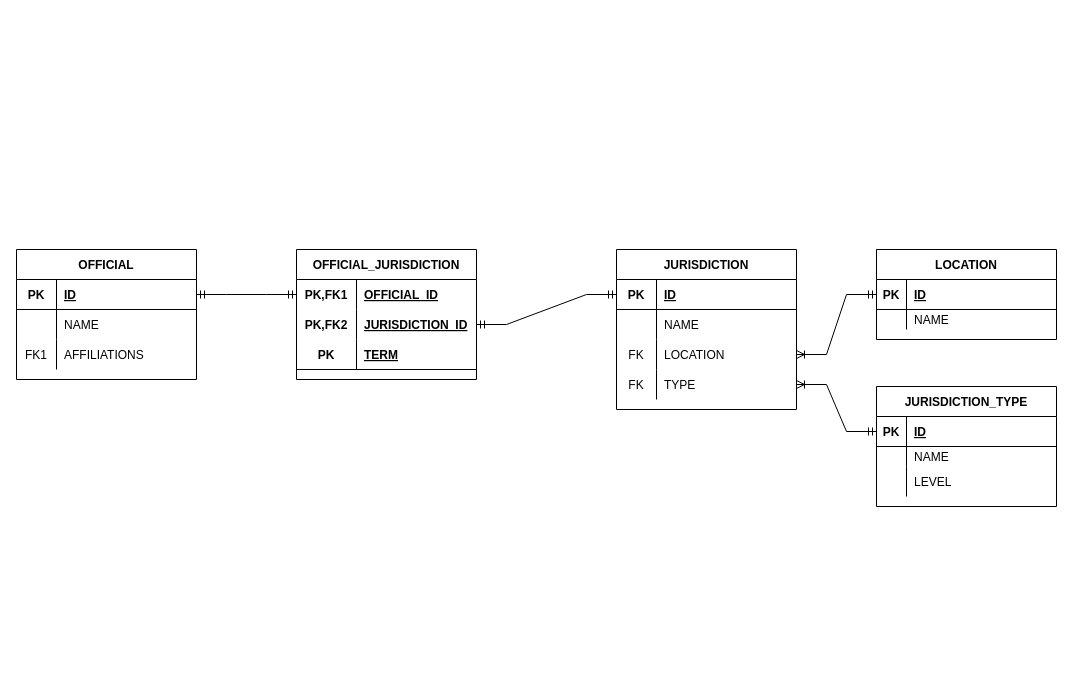
Above: doc/datamodel.drawio in leiter-jakab/representme (draw.io), before the change. Source tidied: cells renumbered, new cells numbered last; positions are measured from the earlier drawing's top-left corner, leaving out a move shared by most shapes. Both pictures are drawn from the tidied source at 100%, with x=0, y=0 at pixel (16, 249).
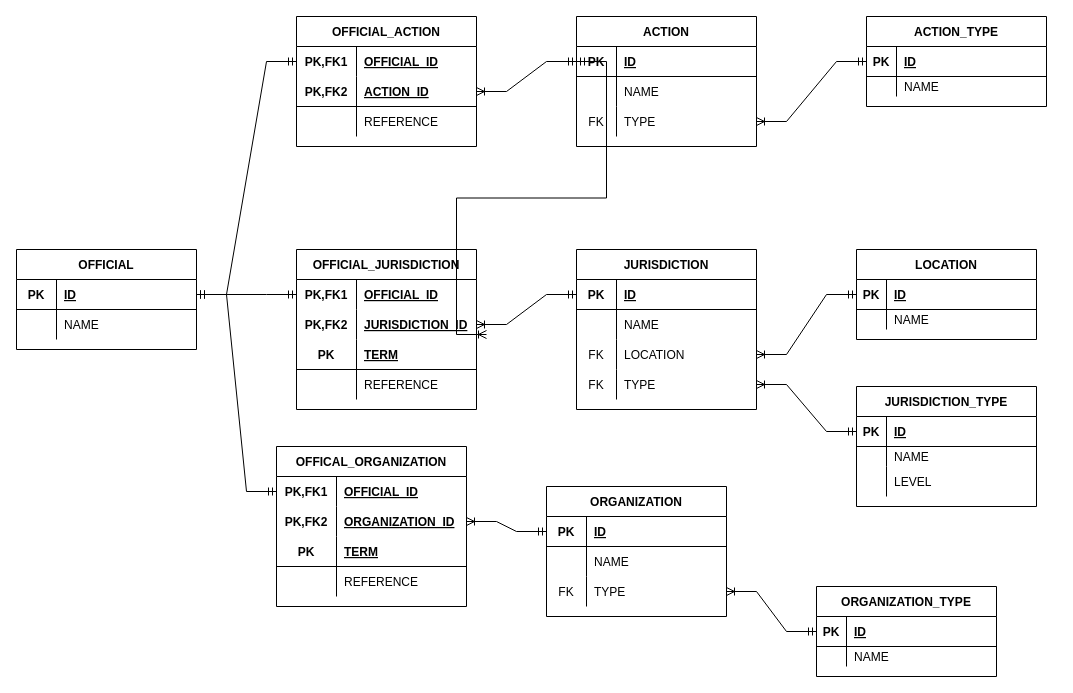
After the change.

Unchanged cells that the change refers to:
```xml
<mxCell id="3" style="shape=tableRow;horizontal=0;startSize=0;swimlaneHead=0;swimlaneBody=0;fillColor=none;points=[[0,0.5],[1,0.5]];portConstraint=eastwest;top=0;left=0;right=0;bottom=1;" parent="2" vertex="1">
  <mxGeometry y="30" width="180" height="30" as="geometry" />
</mxCell>
<mxCell id="13" style="shape=tableRow;horizontal=0;startSize=0;swimlaneHead=0;swimlaneBody=0;fillColor=none;points=[[0,0.5],[1,0.5]];portConstraint=eastwest;top=0;left=0;right=0;bottom=1;" parent="12" vertex="1">
  <mxGeometry y="30" width="180" height="30" as="geometry" />
</mxCell>
<mxCell id="39" style="shape=tableRow;horizontal=0;startSize=0;swimlaneHead=0;swimlaneBody=0;fillColor=none;points=[[0,0.5],[1,0.5]];portConstraint=eastwest;top=0;left=0;right=0;bottom=0;" parent="35" vertex="1">
  <mxGeometry y="60" width="180" height="30" as="geometry" />
</mxCell>
```

What changed in the source:
```diff
@@
     <mxCell id="2" value="OFFICIAL" style="shape=table;startSize=30;childLayout=tableLayout;rowLines=0;fontStyle=1;align=center;" parent="1" vertex="1">
-      <mxGeometry width="180" height="130" as="geometry" />
+      <mxGeometry width="180" height="100" as="geometry" />
     </mxCell>
@@
-    <mxCell id="9" style="shape=tableRow;horizontal=0;startSize=0;swimlaneHead=0;swimlaneBody=0;fillColor=none;top=0;left=0;right=0;bottom=0;" parent="2" vertex="1">
-      <mxGeometry y="90" width="180" height="30" as="geometry" />
-    </mxCell>
-    <mxCell id="10" value="FK1" style="shape=partialRectangle;fillColor=none;top=0;left=0;bottom=0;right=0;overflow=hidden;" parent="9" vertex="1">
-      <mxGeometry width="40" height="30" as="geometry" />
-    </mxCell>
-    <mxCell id="11" value="AFFILIATIONS" style="shape=partialRectangle;fillColor=none;top=0;left=0;bottom=0;right=0;align=left;spacingLeft=6;overflow=hidden;" parent="9" vertex="1">
-      <mxGeometry x="40" width="140" height="30" as="geometry" />
-    </mxCell>
     <mxCell id="12" value="JURISDICTION" style="shape=table;startSize=30;childLayout=tableLayout;rowLines=0;fontStyle=1;align=center;" parent="1" vertex="1">
-      <mxGeometry x="600" width="180" height="160" as="geometry" />
+      <mxGeometry x="560" width="180" height="160" as="geometry" />
     </mxCell>
@@
     <mxCell id="25" value="JURISDICTION_TYPE" style="shape=table;startSize=30;childLayout=tableLayout;rowLines=0;fontStyle=1;align=center;" parent="1" vertex="1">
-      <mxGeometry x="860" y="137" width="180" height="120" as="geometry" />
+      <mxGeometry x="840" y="137" width="180" height="120" as="geometry" />
     </mxCell>
@@
-    <mxCell id="35" value="OFFICIAL_JURISDICTION" style="shape=table;startSize=30;childLayout=tableLayout;rowLines=0;fontStyle=1;align=center;" parent="1" vertex="1">
-      <mxGeometry x="280" width="180" height="130" as="geometry" />
+    <mxCell id="35" value="OFFICIAL_JURISDICTION" style="shape=table;startSize=30;childLayout=tableLayout;rowLines=0;fontStyle=1;align=center;swimlaneLine=1;" parent="1" vertex="1">
+      <mxGeometry x="280" width="180" height="160" as="geometry" />
     </mxCell>
@@
+    <mxCell id="56" style="shape=tableRow;horizontal=0;startSize=0;swimlaneHead=0;swimlaneBody=0;fillColor=none;top=0;left=0;right=0;bottom=1;swimlaneLine=1;strokeColor=none;" parent="35" vertex="1">
+      <mxGeometry y="120" width="180" height="30" as="geometry" />
+    </mxCell>
+    <mxCell id="57" style="shape=partialRectangle;fillColor=none;top=0;left=0;bottom=0;right=0;fontStyle=1;overflow=hidden;" parent="56" vertex="1">
+      <mxGeometry width="60" height="30" as="geometry" />
+    </mxCell>
+    <mxCell id="58" value="REFERENCE" style="shape=partialRectangle;fillColor=none;top=0;left=0;bottom=0;right=0;align=left;spacingLeft=6;fontStyle=0;overflow=hidden;strokeColor=default;" parent="56" vertex="1">
+      <mxGeometry x="60" width="120" height="30" as="geometry" />
+    </mxCell>
@@
-    <mxCell id="46" style="edgeStyle=entityRelationEdgeStyle;fontSize=12;html=1;endArrow=ERmandOne;startArrow=ERmandOne;rounded=0;entryX=0;entryY=0.5;entryDx=0;entryDy=0;exitX=1;exitY=0.5;exitDx=0;exitDy=0;" parent="1" edge="1" source="39" target="13">
-      <mxGeometry relative="1" as="geometry" />
-    </mxCell>
     <mxCell id="47" value="LOCATION" style="shape=table;startSize=30;childLayout=tableLayout;rowLines=0;fontStyle=1;align=center;" parent="1" vertex="1">
-      <mxGeometry x="860" width="180" height="90" as="geometry" />
+      <mxGeometry x="840" width="180" height="90" as="geometry" />
     </mxCell>
@@
+    <mxCell id="59" value="OFFICAL_ORGANIZATION" style="shape=table;startSize=30;childLayout=tableLayout;rowLines=0;fontStyle=1;align=center;" parent="1" vertex="1">
+      <mxGeometry x="260" y="197" width="190" height="160" as="geometry" />
+    </mxCell>
+    <mxCell id="60" style="shape=tableRow;horizontal=0;startSize=0;swimlaneHead=0;swimlaneBody=0;fillColor=none;points=[[0,0.5],[1,0.5]];portConstraint=eastwest;top=0;left=0;right=0;bottom=0;" parent="59" vertex="1">
+      <mxGeometry y="30" width="190" height="30" as="geometry" />
+    </mxCell>
+    <mxCell id="61" value="PK,FK1" style="shape=partialRectangle;fillColor=none;top=0;left=0;bottom=0;right=0;fontStyle=1;overflow=hidden;" parent="60" vertex="1">
+      <mxGeometry width="60" height="30" as="geometry" />
+    </mxCell>
+    <mxCell id="62" value="OFFICIAL_ID" style="shape=partialRectangle;fillColor=none;top=0;left=0;bottom=0;right=0;align=left;spacingLeft=6;fontStyle=5;overflow=hidden;" parent="60" vertex="1">
+      <mxGeometry x="60" width="130" height="30" as="geometry" />
+    </mxCell>
+    <mxCell id="63" style="shape=tableRow;horizontal=0;startSize=0;swimlaneHead=0;swimlaneBody=0;fillColor=none;points=[[0,0.5],[1,0.5]];portConstraint=eastwest;top=0;left=0;right=0;bottom=0;" parent="59" vertex="1">
+      <mxGeometry y="60" width="190" height="30" as="geometry" />
+    </mxCell>
+    <mxCell id="64" value="PK,FK2" style="shape=partialRectangle;fillColor=none;top=0;left=0;bottom=0;right=0;fontStyle=1;overflow=hidden;" parent="63" vertex="1">
+      <mxGeometry width="60" height="30" as="geometry" />
+    </mxCell>
+    <mxCell id="65" value="ORGANIZATION_ID" style="shape=partialRectangle;fillColor=none;top=0;left=0;bottom=0;right=0;align=left;spacingLeft=6;fontStyle=5;overflow=hidden;" parent="63" vertex="1">
+      <mxGeometry x="60" width="130" height="30" as="geometry" />
+    </mxCell>
+    <mxCell id="66" style="shape=tableRow;horizontal=0;startSize=0;swimlaneHead=0;swimlaneBody=0;fillColor=none;top=0;left=0;right=0;bottom=1;" parent="59" vertex="1">
+      <mxGeometry y="90" width="190" height="30" as="geometry" />
+    </mxCell>
+    <mxCell id="67" value="PK" style="shape=partialRectangle;fillColor=none;top=0;left=0;bottom=0;right=0;fontStyle=1;overflow=hidden;" parent="66" vertex="1">
+      <mxGeometry width="60" height="30" as="geometry" />
+    </mxCell>
+    <mxCell id="68" value="TERM" style="shape=partialRectangle;fillColor=none;top=0;left=0;bottom=0;right=0;align=left;spacingLeft=6;fontStyle=5;overflow=hidden;" parent="66" vertex="1">
+      <mxGeometry x="60" width="130" height="30" as="geometry" />
+    </mxCell>
+    <mxCell id="69" style="shape=tableRow;horizontal=0;startSize=0;swimlaneHead=0;swimlaneBody=0;fillColor=none;top=0;left=0;right=0;bottom=1;strokeColor=none;" parent="59" vertex="1">
+      <mxGeometry y="120" width="190" height="30" as="geometry" />
+    </mxCell>
+    <mxCell id="70" style="shape=partialRectangle;fillColor=none;top=0;left=0;bottom=0;right=0;fontStyle=1;overflow=hidden;" parent="69" vertex="1">
+      <mxGeometry width="60" height="30" as="geometry" />
+    </mxCell>
+    <mxCell id="71" value="REFERENCE" style="shape=partialRectangle;fillColor=none;top=0;left=0;bottom=0;right=0;align=left;spacingLeft=6;fontStyle=0;overflow=hidden;" parent="69" vertex="1">
+      <mxGeometry x="60" width="130" height="30" as="geometry" />
+    </mxCell>
+    <mxCell id="72" value="ORGANIZATION" style="shape=table;startSize=30;childLayout=tableLayout;rowLines=0;fontStyle=1;align=center;" parent="1" vertex="1">
+      <mxGeometry x="530" y="237" width="180" height="130" as="geometry" />
+    </mxCell>
+    <mxCell id="73" style="shape=tableRow;horizontal=0;startSize=0;swimlaneHead=0;swimlaneBody=0;fillColor=none;points=[[0,0.5],[1,0.5]];portConstraint=eastwest;top=0;left=0;right=0;bottom=1;" parent="72" vertex="1">
+      <mxGeometry y="30" width="180" height="30" as="geometry" />
+    </mxCell>
+    <mxCell id="74" value="PK" style="shape=partialRectangle;fillColor=none;top=0;left=0;bottom=0;right=0;fontStyle=1;overflow=hidden;" parent="73" vertex="1">
+      <mxGeometry width="40" height="30" as="geometry" />
+    </mxCell>
+    <mxCell id="75" value="ID" style="shape=partialRectangle;fillColor=none;top=0;left=0;bottom=0;right=0;align=left;spacingLeft=6;fontStyle=5;overflow=hidden;" parent="73" vertex="1">
+      <mxGeometry x="40" width="140" height="30" as="geometry" />
+    </mxCell>
+    <mxCell id="76" style="shape=tableRow;horizontal=0;startSize=0;swimlaneHead=0;swimlaneBody=0;fillColor=none;top=0;left=0;right=0;bottom=0;" parent="72" vertex="1">
+      <mxGeometry y="60" width="180" height="30" as="geometry" />
+    </mxCell>
+    <mxCell id="77" style="shape=partialRectangle;fillColor=none;top=0;left=0;bottom=0;right=0;overflow=hidden;" parent="76" vertex="1">
+      <mxGeometry width="40" height="30" as="geometry" />
+    </mxCell>
+    <mxCell id="78" value="NAME" style="shape=partialRectangle;fillColor=none;top=0;left=0;bottom=0;right=0;align=left;spacingLeft=6;overflow=hidden;" parent="76" vertex="1">
+      <mxGeometry x="40" width="140" height="30" as="geometry" />
+    </mxCell>
+    <mxCell id="79" style="shape=tableRow;horizontal=0;startSize=0;swimlaneHead=0;swimlaneBody=0;fillColor=none;points=[[0,0.5],[1,0.5]];portConstraint=eastwest;top=0;left=0;right=0;bottom=0;" parent="72" vertex="1">
+      <mxGeometry y="90" width="180" height="30" as="geometry" />
+    </mxCell>
+    <mxCell id="80" value="FK" style="shape=partialRectangle;fillColor=none;top=0;left=0;bottom=0;right=0;overflow=hidden;" parent="79" vertex="1">
+      <mxGeometry width="40" height="30" as="geometry" />
+    </mxCell>
+    <mxCell id="81" value="TYPE" style="shape=partialRectangle;fillColor=none;top=0;left=0;bottom=0;right=0;align=left;spacingLeft=6;overflow=hidden;" parent="79" vertex="1">
+      <mxGeometry x="40" width="140" height="30" as="geometry" />
+    </mxCell>
+    <mxCell id="82" value="ORGANIZATION_TYPE" style="shape=table;startSize=30;childLayout=tableLayout;rowLines=0;fontStyle=1;align=center;" parent="1" vertex="1">
+      <mxGeometry x="800" y="337" width="180" height="90" as="geometry" />
+    </mxCell>
+    <mxCell id="83" style="shape=tableRow;horizontal=0;startSize=0;swimlaneHead=0;swimlaneBody=0;fillColor=none;points=[[0,0.5],[1,0.5]];portConstraint=eastwest;top=0;left=0;right=0;bottom=1;" parent="82" vertex="1">
+      <mxGeometry y="30" width="180" height="30" as="geometry" />
+    </mxCell>
+    <mxCell id="84" value="PK" style="shape=partialRectangle;fillColor=none;top=0;left=0;bottom=0;right=0;fontStyle=1;overflow=hidden;" parent="83" vertex="1">
+      <mxGeometry width="30" height="30" as="geometry" />
+    </mxCell>
+    <mxCell id="85" value="ID" style="shape=partialRectangle;fillColor=none;top=0;left=0;bottom=0;right=0;align=left;spacingLeft=6;fontStyle=5;overflow=hidden;" parent="83" vertex="1">
+      <mxGeometry x="30" width="150" height="30" as="geometry" />
+    </mxCell>
+    <mxCell id="86" style="shape=tableRow;horizontal=0;startSize=0;swimlaneHead=0;swimlaneBody=0;fillColor=none;top=0;left=0;right=0;bottom=0;" parent="82" vertex="1">
+      <mxGeometry y="60" width="180" height="20" as="geometry" />
+    </mxCell>
+    <mxCell id="87" style="shape=partialRectangle;fillColor=none;top=0;left=0;bottom=0;right=0;overflow=hidden;" parent="86" vertex="1">
+      <mxGeometry width="30" height="20" as="geometry" />
+    </mxCell>
+    <mxCell id="88" value="NAME" style="shape=partialRectangle;fillColor=none;top=0;left=0;bottom=0;right=0;align=left;spacingLeft=6;overflow=hidden;" parent="86" vertex="1">
+      <mxGeometry x="30" width="150" height="20" as="geometry" />
+    </mxCell>
+    <mxCell id="89" style="edgeStyle=entityRelationEdgeStyle;fontSize=12;html=1;endArrow=ERoneToMany;startArrow=ERmandOne;rounded=0;exitX=0;exitY=0.5;exitDx=0;exitDy=0;entryX=1;entryY=0.5;entryDx=0;entryDy=0;" parent="1" edge="1" source="83" target="79">
+      <mxGeometry relative="1" as="geometry" />
+    </mxCell>
+    <mxCell id="90" style="edgeStyle=entityRelationEdgeStyle;fontSize=12;html=1;endArrow=ERmandOne;startArrow=ERmandOne;rounded=0;entryX=0;entryY=0.5;entryDx=0;entryDy=0;exitX=1;exitY=0.5;exitDx=0;exitDy=0;" parent="1" edge="1" source="3" target="60">
+      <mxGeometry relative="1" as="geometry" />
+    </mxCell>
+    <mxCell id="91" style="edgeStyle=entityRelationEdgeStyle;fontSize=12;html=1;endArrow=ERoneToMany;startArrow=ERmandOne;rounded=0;exitX=0;exitY=0.5;exitDx=0;exitDy=0;entryX=1;entryY=0.5;entryDx=0;entryDy=0;" parent="1" edge="1" source="73" target="63">
+      <mxGeometry relative="1" as="geometry" />
+    </mxCell>
+    <mxCell id="92" style="edgeStyle=entityRelationEdgeStyle;fontSize=12;html=1;endArrow=ERoneToMany;startArrow=ERmandOne;rounded=0;exitX=0;exitY=0.5;exitDx=0;exitDy=0;entryX=1;entryY=0.5;entryDx=0;entryDy=0;" parent="1" edge="1" source="13" target="39">
+      <mxGeometry relative="1" as="geometry" />
+    </mxCell>
+    <mxCell id="93" value="ACTION" style="shape=table;startSize=30;childLayout=tableLayout;rowLines=0;fontStyle=1;align=center;" parent="1" vertex="1">
+      <mxGeometry x="560" y="-233" width="180" height="130" as="geometry" />
+    </mxCell>
+    <mxCell id="94" style="shape=tableRow;horizontal=0;startSize=0;swimlaneHead=0;swimlaneBody=0;fillColor=none;points=[[0,0.5],[1,0.5]];portConstraint=eastwest;top=0;left=0;right=0;bottom=1;" parent="93" vertex="1">
+      <mxGeometry y="30" width="180" height="30" as="geometry" />
+    </mxCell>
+    <mxCell id="95" value="PK" style="shape=partialRectangle;fillColor=none;top=0;left=0;bottom=0;right=0;fontStyle=1;overflow=hidden;" parent="94" vertex="1">
+      <mxGeometry width="40" height="30" as="geometry" />
+    </mxCell>
+    <mxCell id="96" value="ID" style="shape=partialRectangle;fillColor=none;top=0;left=0;bottom=0;right=0;align=left;spacingLeft=6;fontStyle=5;overflow=hidden;" parent="94" vertex="1">
+      <mxGeometry x="40" width="140" height="30" as="geometry" />
+    </mxCell>
+    <mxCell id="97" style="shape=tableRow;horizontal=0;startSize=0;swimlaneHead=0;swimlaneBody=0;fillColor=none;top=0;left=0;right=0;bottom=0;" parent="93" vertex="1">
+      <mxGeometry y="60" width="180" height="30" as="geometry" />
+    </mxCell>
+    <mxCell id="98" style="shape=partialRectangle;fillColor=none;top=0;left=0;bottom=0;right=0;overflow=hidden;" parent="97" vertex="1">
+      <mxGeometry width="40" height="30" as="geometry" />
+    </mxCell>
+    <mxCell id="99" value="NAME" style="shape=partialRectangle;fillColor=none;top=0;left=0;bottom=0;right=0;align=left;spacingLeft=6;overflow=hidden;" parent="97" vertex="1">
+      <mxGeometry x="40" width="140" height="30" as="geometry" />
+    </mxCell>
+    <mxCell id="100" style="shape=tableRow;horizontal=0;startSize=0;swimlaneHead=0;swimlaneBody=0;fillColor=none;points=[[0,0.5],[1,0.5]];portConstraint=eastwest;top=0;left=0;right=0;bottom=0;" parent="93" vertex="1">
+      <mxGeometry y="90" width="180" height="30" as="geometry" />
+    </mxCell>
+    <mxCell id="101" value="FK" style="shape=partialRectangle;fillColor=none;top=0;left=0;bottom=0;right=0;overflow=hidden;" parent="100" vertex="1">
+      <mxGeometry width="40" height="30" as="geometry" />
+    </mxCell>
+    <mxCell id="102" value="TYPE" style="shape=partialRectangle;fillColor=none;top=0;left=0;bottom=0;right=0;align=left;spacingLeft=6;overflow=hidden;" parent="100" vertex="1">
+      <mxGeometry x="40" width="140" height="30" as="geometry" />
+    </mxCell>
+    <mxCell id="103" value="ACTION_TYPE" style="shape=table;startSize=30;childLayout=tableLayout;rowLines=0;fontStyle=1;align=center;" parent="1" vertex="1">
+      <mxGeometry x="850" y="-233" width="180" height="90" as="geometry" />
+    </mxCell>
+    <mxCell id="104" style="shape=tableRow;horizontal=0;startSize=0;swimlaneHead=0;swimlaneBody=0;fillColor=none;points=[[0,0.5],[1,0.5]];portConstraint=eastwest;top=0;left=0;right=0;bottom=1;" parent="103" vertex="1">
+      <mxGeometry y="30" width="180" height="30" as="geometry" />
+    </mxCell>
+    <mxCell id="105" value="PK" style="shape=partialRectangle;fillColor=none;top=0;left=0;bottom=0;right=0;fontStyle=1;overflow=hidden;" parent="104" vertex="1">
+      <mxGeometry width="30" height="30" as="geometry" />
+    </mxCell>
+    <mxCell id="106" value="ID" style="shape=partialRectangle;fillColor=none;top=0;left=0;bottom=0;right=0;align=left;spacingLeft=6;fontStyle=5;overflow=hidden;" parent="104" vertex="1">
+      <mxGeometry x="30" width="150" height="30" as="geometry" />
+    </mxCell>
+    <mxCell id="107" style="shape=tableRow;horizontal=0;startSize=0;swimlaneHead=0;swimlaneBody=0;fillColor=none;top=0;left=0;right=0;bottom=0;" parent="103" vertex="1">
+      <mxGeometry y="60" width="180" height="20" as="geometry" />
+    </mxCell>
+    <mxCell id="108" style="shape=partialRectangle;fillColor=none;top=0;left=0;bottom=0;right=0;overflow=hidden;" parent="107" vertex="1">
+      <mxGeometry width="30" height="20" as="geometry" />
+    </mxCell>
+    <mxCell id="109" value="NAME" style="shape=partialRectangle;fillColor=none;top=0;left=0;bottom=0;right=0;align=left;spacingLeft=6;overflow=hidden;" parent="107" vertex="1">
+      <mxGeometry x="30" width="150" height="20" as="geometry" />
+    </mxCell>
+    <mxCell id="110" style="edgeStyle=entityRelationEdgeStyle;fontSize=12;html=1;endArrow=ERoneToMany;startArrow=ERmandOne;rounded=0;exitX=0;exitY=0.5;exitDx=0;exitDy=0;" parent="1" edge="1" source="104" target="100">
+      <mxGeometry relative="1" as="geometry" />
+    </mxCell>
+    <mxCell id="111" value="OFFICIAL_ACTION" style="shape=table;startSize=30;childLayout=tableLayout;rowLines=0;fontStyle=1;align=center;swimlaneLine=1;" parent="1" vertex="1">
+      <mxGeometry x="280" y="-233" width="180" height="130" as="geometry" />
+    </mxCell>
+    <mxCell id="112" style="shape=tableRow;horizontal=0;startSize=0;swimlaneHead=0;swimlaneBody=0;fillColor=none;points=[[0,0.5],[1,0.5]];portConstraint=eastwest;top=0;left=0;right=0;bottom=0;" parent="111" vertex="1">
+      <mxGeometry y="30" width="180" height="30" as="geometry" />
+    </mxCell>
+    <mxCell id="113" value="PK,FK1" style="shape=partialRectangle;fillColor=none;top=0;left=0;bottom=0;right=0;fontStyle=1;overflow=hidden;" parent="112" vertex="1">
+      <mxGeometry width="60" height="30" as="geometry" />
+    </mxCell>
+    <mxCell id="114" value="OFFICIAL_ID" style="shape=partialRectangle;fillColor=none;top=0;left=0;bottom=0;right=0;align=left;spacingLeft=6;fontStyle=5;overflow=hidden;" parent="112" vertex="1">
+      <mxGeometry x="60" width="120" height="30" as="geometry" />
+    </mxCell>
+    <mxCell id="115" style="shape=tableRow;horizontal=0;startSize=0;swimlaneHead=0;swimlaneBody=0;fillColor=none;points=[[0,0.5],[1,0.5]];portConstraint=eastwest;top=0;left=0;right=0;bottom=1;" parent="111" vertex="1">
+      <mxGeometry y="60" width="180" height="30" as="geometry" />
+    </mxCell>
+    <mxCell id="116" value="PK,FK2" style="shape=partialRectangle;fillColor=none;top=0;left=0;bottom=0;right=0;fontStyle=1;overflow=hidden;" parent="115" vertex="1">
+      <mxGeometry width="60" height="30" as="geometry" />
+    </mxCell>
+    <mxCell id="117" value="ACTION_ID" style="shape=partialRectangle;fillColor=none;top=0;left=0;bottom=0;right=0;align=left;spacingLeft=6;fontStyle=5;overflow=hidden;" parent="115" vertex="1">
+      <mxGeometry x="60" width="120" height="30" as="geometry" />
+    </mxCell>
+    <mxCell id="118" style="shape=tableRow;horizontal=0;startSize=0;swimlaneHead=0;swimlaneBody=0;fillColor=none;top=0;left=0;right=0;bottom=1;swimlaneLine=1;strokeColor=none;" parent="111" vertex="1">
+      <mxGeometry y="90" width="180" height="30" as="geometry" />
+    </mxCell>
+    <mxCell id="119" style="shape=partialRectangle;fillColor=none;top=0;left=0;bottom=0;right=0;fontStyle=1;overflow=hidden;" parent="118" vertex="1">
+      <mxGeometry width="60" height="30" as="geometry" />
+    </mxCell>
+    <mxCell id="120" value="REFERENCE" style="shape=partialRectangle;fillColor=none;top=0;left=0;bottom=0;right=0;align=left;spacingLeft=6;fontStyle=0;overflow=hidden;strokeColor=default;" parent="118" vertex="1">
+      <mxGeometry x="60" width="120" height="30" as="geometry" />
+    </mxCell>
+    <mxCell id="121" style="edgeStyle=entityRelationEdgeStyle;fontSize=12;html=1;endArrow=ERmandOne;startArrow=ERmandOne;rounded=0;exitX=1;exitY=0.5;exitDx=0;exitDy=0;entryX=0;entryY=0.5;entryDx=0;entryDy=0;" parent="1" edge="1" source="3" target="112">
+      <mxGeometry relative="1" as="geometry" />
+    </mxCell>
+    <mxCell id="122" style="edgeStyle=entityRelationEdgeStyle;fontSize=12;html=1;endArrow=ERoneToMany;startArrow=ERmandOne;rounded=0;exitX=0;exitY=0.5;exitDx=0;exitDy=0;entryX=1;entryY=0.5;entryDx=0;entryDy=0;" parent="1" edge="1" source="94">
+      <mxGeometry relative="1" as="geometry">
+        <mxPoint x="470" y="85" as="targetPoint" />
+      </mxGeometry>
+    </mxCell>
+    <mxCell id="123" style="edgeStyle=entityRelationEdgeStyle;fontSize=12;html=1;endArrow=ERoneToMany;startArrow=ERmandOne;rounded=0;exitX=0;exitY=0.5;exitDx=0;exitDy=0;entryX=1;entryY=0.5;entryDx=0;entryDy=0;" parent="1" edge="1" source="94" target="115">
+      <mxGeometry relative="1" as="geometry" />
+    </mxCell>
```
